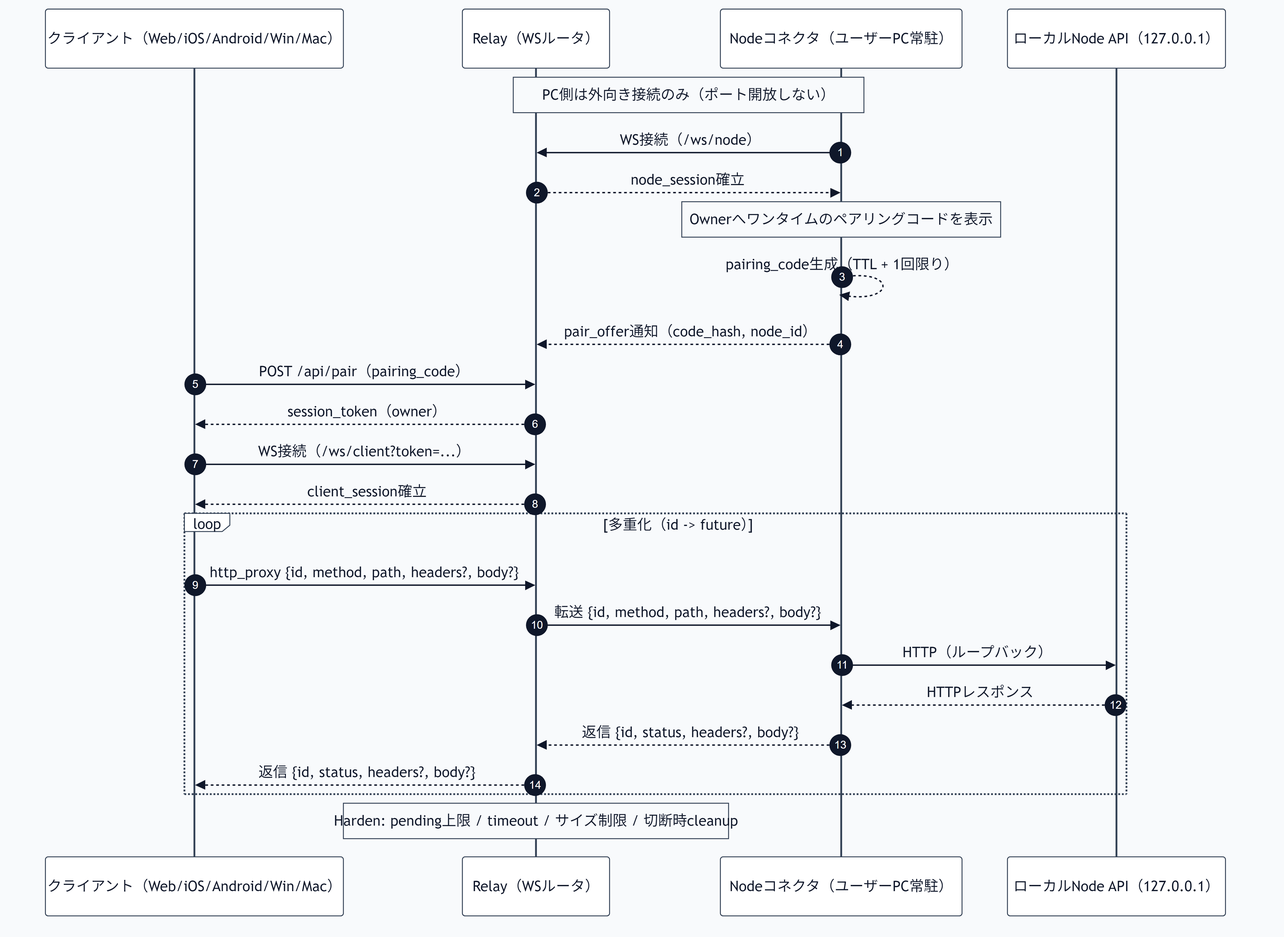
YoneRai12/YonerAI keeps this Mermaid diagram as docs/diagrams/relay_pairing_and_proxy_jp.png. Above is the earlier version. Its source is kept beside it as docs/diagrams/relay_pairing_and_proxy_jp.mmd.
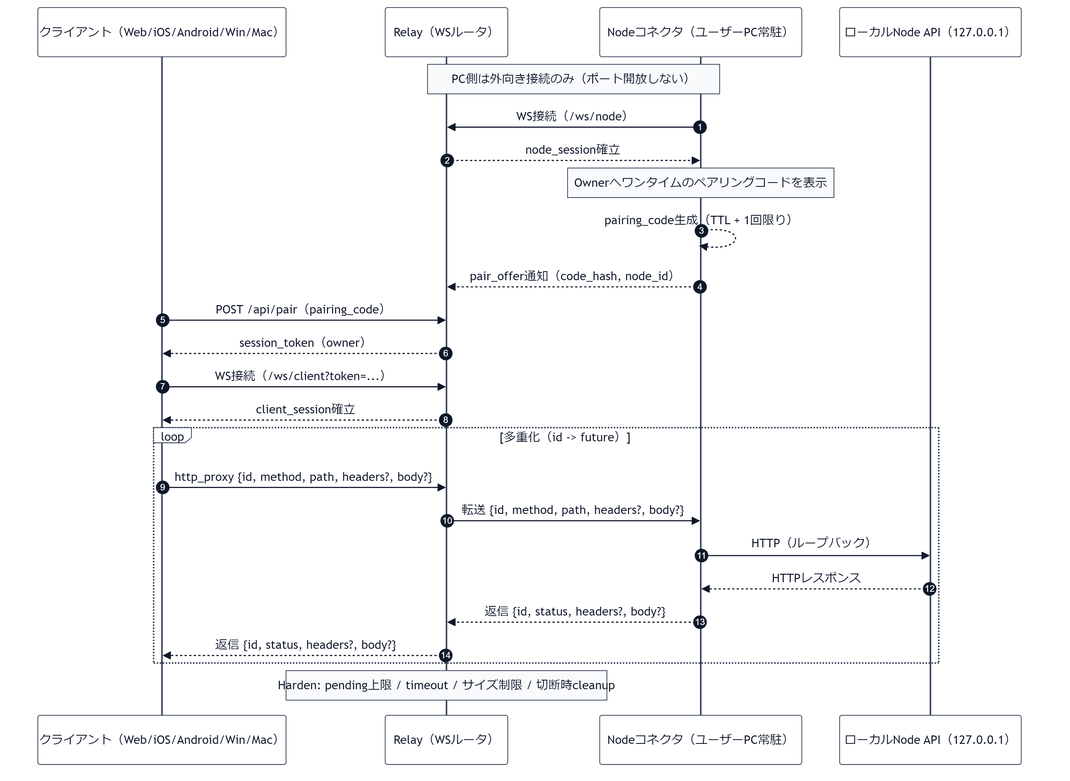
After the commit.

Change to the diagram source:
```diff
@@ -23,7 +23,7 @@
   "noteTextColor":"#0f172a",
   "activationBkgColor":"#e2e8f0",
   "activationBorderColor":"#334155",
-  "fontSize":"16px"
+  "fontSize":"22px"
 }}}%%
 
 sequenceDiagram
```
